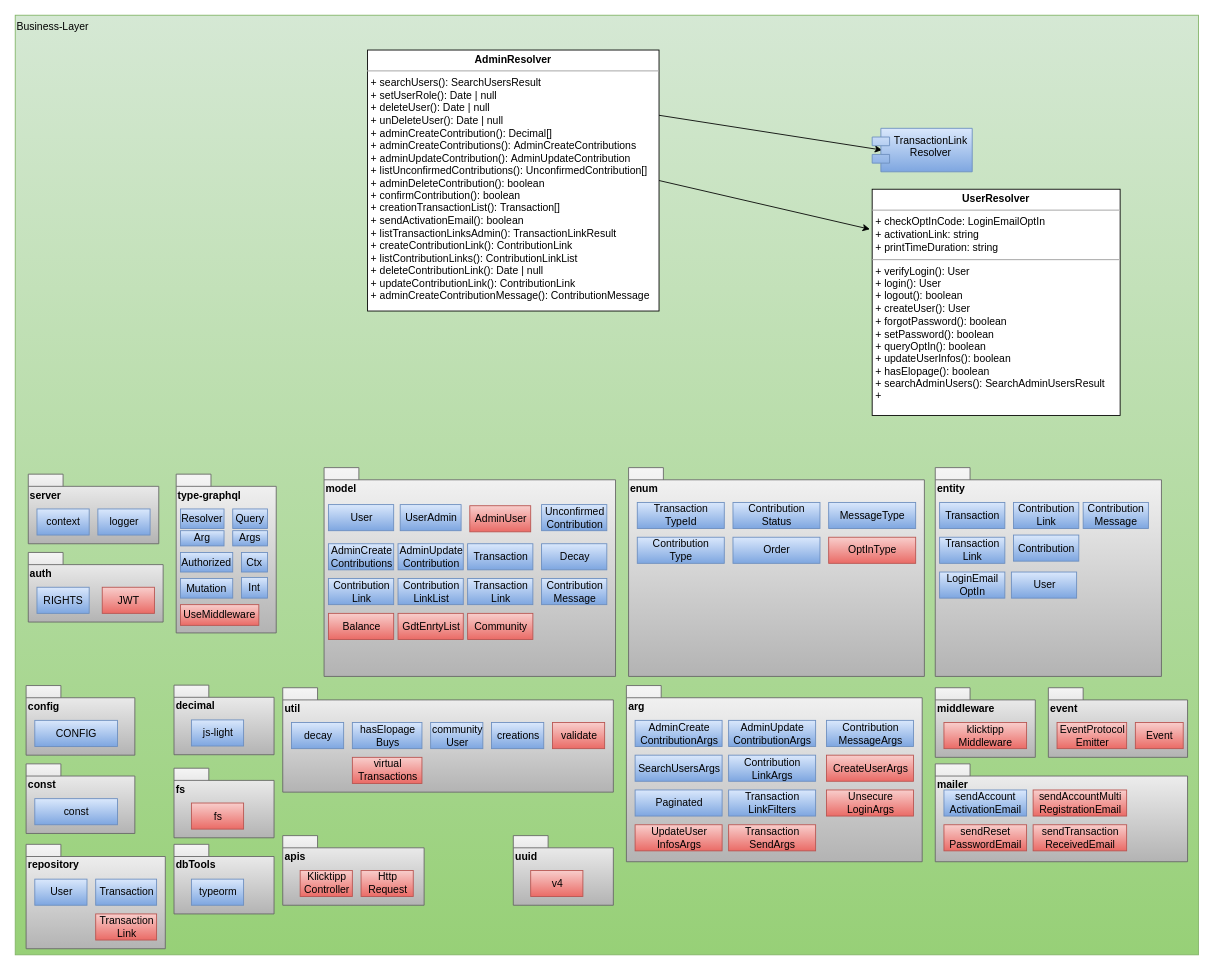
The draw.io diagram docu/Concepts/TechnicalRequirements/graphics/BE-AdminResolver-IST.drawio in gradido/gradido, before the edit. Source tidied: cells renumbered, new cells numbered last; positions are measured from the earlier drawing's top-left corner, leaving out a move shared by most shapes. Both pictures are drawn from the tidied source at 87%, with x=0, y=0 at pixel (15, 15).
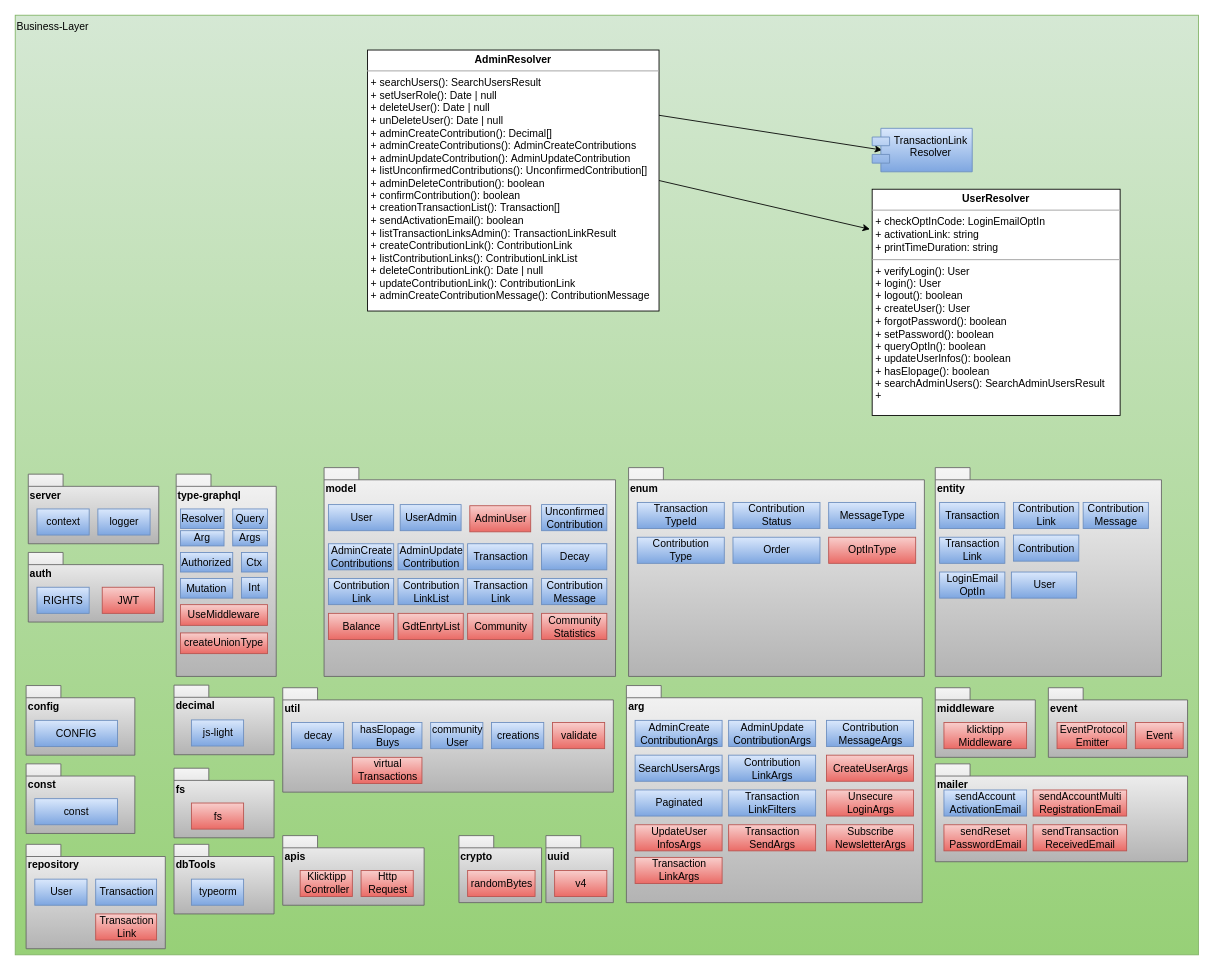
The same page after the edit.

What changed in the source:
```diff
@@
     <mxCell id="19" value="arg" style="shape=folder;fontStyle=1;spacingTop=10;tabWidth=40;tabHeight=14;tabPosition=left;html=1;align=left;verticalAlign=top;fillColor=#f5f5f5;gradientColor=#b3b3b3;strokeColor=#666666;" parent="1" vertex="1">
-      <mxGeometry x="702.5" y="770.5" width="340" height="202.5" as="geometry" />
+      <mxGeometry x="702.5" y="770.5" width="340" height="249.5" as="geometry" />
     </mxCell>
@@
     <mxCell id="51" value="type-graphql" style="shape=folder;fontStyle=1;spacingTop=10;tabWidth=40;tabHeight=14;tabPosition=left;html=1;align=left;verticalAlign=top;fillColor=#f5f5f5;gradientColor=#b3b3b3;strokeColor=#666666;" parent="1" vertex="1">
-      <mxGeometry x="185" y="527.5" width="115" height="182.5" as="geometry" />
+      <mxGeometry x="185" y="527.5" width="115" height="232.5" as="geometry" />
     </mxCell>
@@
-    <mxCell id="66" value="UseMiddleware" style="rounded=0;whiteSpace=wrap;html=1;fillColor=#f8cecc;gradientColor=#ea6b66;strokeColor=#b85450;" parent="1" vertex="1">
-      <mxGeometry x="190" y="677.5" width="90" height="23.8" as="geometry" />
-    </mxCell>
@@
+    <mxCell id="101" value="Http&lt;br&gt;Request" style="html=1;fillColor=#f8cecc;gradientColor=#ea6b66;strokeColor=#b85450;" parent="1" vertex="1">
+      <mxGeometry x="397.5" y="983" width="60" height="30" as="geometry" />
+    </mxCell>
+    <mxCell id="102" value="Community" style="html=1;fillColor=#f8cecc;gradientColor=#ea6b66;strokeColor=#b85450;" parent="1" vertex="1">
+      <mxGeometry x="520" y="687.5" width="75" height="30" as="geometry" />
+    </mxCell>
+    <mxCell id="103" value="Subscribe&lt;br&gt;NewsletterArgs" style="html=1;fillColor=#f8cecc;gradientColor=#ea6b66;strokeColor=#b85450;" parent="1" vertex="1">
+      <mxGeometry x="932.5" y="930.5" width="100" height="30" as="geometry" />
+    </mxCell>
+    <mxCell id="104" value="Community&lt;br&gt;Statistics" style="html=1;fillColor=#f8cecc;gradientColor=#ea6b66;strokeColor=#b85450;" parent="1" vertex="1">
+      <mxGeometry x="605" y="687.5" width="75" height="30" as="geometry" />
+    </mxCell>
+    <mxCell id="66" value="UseMiddleware" style="rounded=0;whiteSpace=wrap;html=1;fillColor=#f8cecc;gradientColor=#ea6b66;strokeColor=#b85450;" parent="1" vertex="1">
+      <mxGeometry x="190" y="677.5" width="100" height="23.8" as="geometry" />
+    </mxCell>
+    <mxCell id="105" value="createUnionType" style="rounded=0;whiteSpace=wrap;html=1;fillColor=#f8cecc;gradientColor=#ea6b66;strokeColor=#b85450;" parent="1" vertex="1">
+      <mxGeometry x="190" y="710" width="100" height="23.8" as="geometry" />
+    </mxCell>
+    <mxCell id="106" value="Transaction&lt;br&gt;LinkArgs" style="html=1;fillColor=#f8cecc;gradientColor=#ea6b66;strokeColor=#b85450;" parent="1" vertex="1">
+      <mxGeometry x="712.5" y="968" width="100" height="30" as="geometry" />
+    </mxCell>
     <mxCell id="99" value="uuid" style="shape=folder;fontStyle=1;spacingTop=10;tabWidth=40;tabHeight=14;tabPosition=left;html=1;align=left;verticalAlign=top;fillColor=#f5f5f5;gradientColor=#b3b3b3;strokeColor=#666666;" parent="1" vertex="1">
-      <mxGeometry x="572.5" y="943" width="115" height="80" as="geometry" />
+      <mxGeometry x="610" y="943" width="77.5" height="77" as="geometry" />
     </mxCell>
     <mxCell id="100" value="v4" style="html=1;fillColor=#f8cecc;gradientColor=#ea6b66;strokeColor=#b85450;" parent="1" vertex="1">
-      <mxGeometry x="592.5" y="983" width="60" height="30" as="geometry" />
+      <mxGeometry x="620" y="983" width="60" height="30" as="geometry" />
     </mxCell>
-    <mxCell id="101" value="Http&lt;br&gt;Request" style="html=1;fillColor=#f8cecc;gradientColor=#ea6b66;strokeColor=#b85450;" parent="1" vertex="1">
-      <mxGeometry x="397.5" y="983" width="60" height="30" as="geometry" />
-    </mxCell>
-    <mxCell id="102" value="Community" style="html=1;fillColor=#f8cecc;gradientColor=#ea6b66;strokeColor=#b85450;" parent="1" vertex="1">
-      <mxGeometry x="520" y="687.5" width="75" height="30" as="geometry" />
-    </mxCell>
+    <mxCell id="107" value="crypto" style="shape=folder;fontStyle=1;spacingTop=10;tabWidth=40;tabHeight=14;tabPosition=left;html=1;align=left;verticalAlign=top;fillColor=#f5f5f5;gradientColor=#b3b3b3;strokeColor=#666666;" parent="1" vertex="1">
+      <mxGeometry x="510" y="943" width="95" height="77" as="geometry" />
+    </mxCell>
+    <mxCell id="108" value="randomBytes" style="html=1;fillColor=#f8cecc;gradientColor=#ea6b66;strokeColor=#b85450;" parent="1" vertex="1">
+      <mxGeometry x="520" y="983" width="77.5" height="30" as="geometry" />
+    </mxCell>
```
